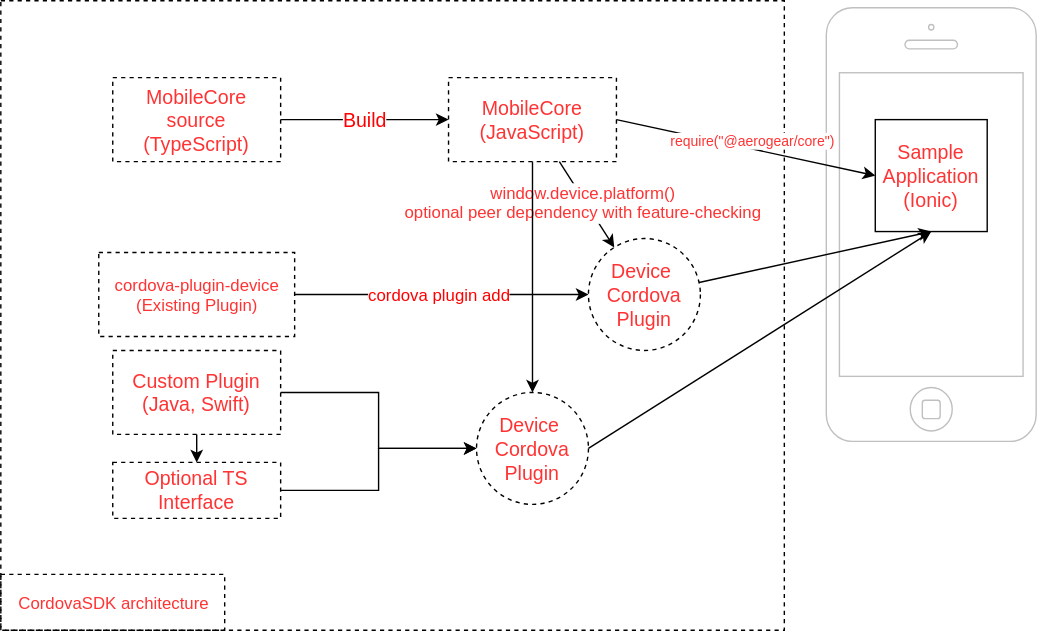
This is sdks/js-sdk/img/diagram.svg from david-martin/proposals, a draw.io export, as it was before one commit. Source tidied: cells renumbered, new cells last; positions are measured from the earlier drawing's top-left corner, leaving out a move shared by most shapes.
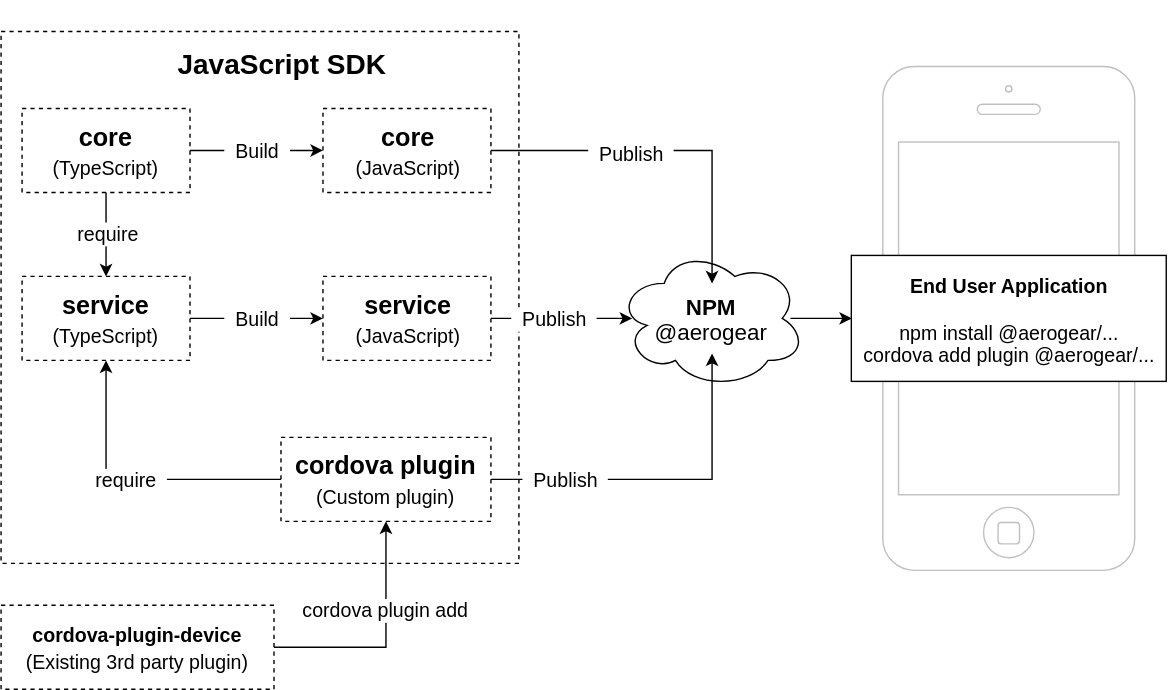
After the change.

Commit message:
chagned diagram

What changed in the source:
```diff
@@ -2,76 +2,89 @@
   <root>
     <mxCell id="0" />
     <mxCell id="1" parent="0" />
-    <mxCell id="2" style="rounded=0;whiteSpace=wrap;html=1;glass=0;comic=0;strokeColor=#000000;fillColor=none;gradientColor=#ffffff;fontColor=#FF3333;align=center;" parent="1" vertex="1">
-      <mxGeometry x="615" y="85" width="95" height="80" as="geometry" />
-    </mxCell>
-    <mxCell id="3" style="html=1;verticalLabelPosition=bottom;labelBackgroundColor=#ffffff;verticalAlign=top;shadow=0;dashed=0;strokeWidth=1;shape=mxgraph.ios7.misc.iphone;fillColor=#ffffff;strokeColor=#c0c0c0;rounded=0;glass=0;comic=0;fontColor=#FF3333;align=center;" parent="1" vertex="1">
-      <mxGeometry x="590" y="5" width="150" height="310" as="geometry" />
+    <mxCell id="3" style="html=1;verticalLabelPosition=bottom;labelBackgroundColor=#ffffff;verticalAlign=top;shadow=0;dashed=0;strokeWidth=1;shape=mxgraph.ios7.misc.iphone;fillColor=#ffffff;strokeColor=#c0c0c0;rounded=0;glass=0;comic=0;fontColor=#000000;align=center;" parent="1" vertex="1">
+      <mxGeometry x="590" y="15" width="180" height="360" as="geometry" />
     </mxCell>
+    <mxCell id="25" style="group;" parent="1" vertex="1">
+      <mxGeometry x="400" y="145" width="135" height="100" as="geometry" />
+    </mxCell>
+    <mxCell id="26" style="ellipse;shape=cloud;whiteSpace=wrap;html=1;fontColor=#000000;" parent="25" vertex="1">
+      <mxGeometry width="135" height="100" as="geometry" />
+    </mxCell>
+    <mxCell id="27" value="&lt;p style=&quot;line-height: 110% ; font-size: 16px&quot;&gt;&lt;span&gt;&lt;b&gt;NPM&lt;/b&gt;&lt;br&gt;&lt;/span&gt;@aerogear&lt;/p&gt;" style="rounded=0;whiteSpace=wrap;html=1;glass=0;dashed=1;comic=0;strokeColor=none;fillColor=none;gradientColor=#ffffff;fontColor=#000000;align=center;fontSize=20;" parent="25" vertex="1">
+      <mxGeometry x="11.2" y="25" width="112.5" height="50" as="geometry" />
+    </mxCell>
-    <mxCell id="4" style="rounded=0;whiteSpace=wrap;html=1;glass=0;dashed=1;comic=0;strokeColor=#000000;fillColor=none;gradientColor=#ffffff;fontColor=#FF3333;align=center;fontSize=14;" parent="1" vertex="1">
-      <mxGeometry width="560" height="450" as="geometry" />
+    <mxCell id="4" style="rounded=0;whiteSpace=wrap;html=1;glass=0;dashed=1;comic=0;strokeColor=#000000;fillColor=none;gradientColor=#ffffff;fontColor=#000000;align=center;fontSize=14;" parent="1" vertex="1">
+      <mxGeometry x="-40" y="-10" width="370" height="380" as="geometry" />
     </mxCell>
+    <mxCell id="28" style="edgeStyle=orthogonalEdgeStyle;rounded=0;html=1;exitX=1;exitY=0.5;entryX=0.5;entryY=0;jettySize=auto;fontColor=#000000;" parent="1" edge="1" source="5" target="27">
+      <mxGeometry relative="1" as="geometry" />
+    </mxCell>
+    <mxCell id="29" value="&lt;font style=&quot;font-size: 14px&quot;&gt;&amp;nbsp; Publish&amp;nbsp;&amp;nbsp;&lt;/font&gt;" style="text;html=1;align=center;verticalAlign=middle;labelBackgroundColor=#ffffff;fontColor=#000000;" parent="28" vertex="1">
+      <mxGeometry x="-0.21" y="-1" relative="1" as="geometry" />
+    </mxCell>
-    <mxCell id="5" value="MobileCore (JavaScript)" style="rounded=0;whiteSpace=wrap;html=1;glass=0;dashed=1;comic=0;strokeColor=#000000;fillColor=none;gradientColor=#ffffff;fontColor=#FF3333;align=center;fontSize=14;" parent="1" vertex="1">
-      <mxGeometry x="320" y="55" width="120" height="60" as="geometry" />
+    <mxCell id="5" value="&lt;font&gt;&lt;font&gt;&lt;font style=&quot;font-size: 18px&quot;&gt;&lt;b&gt;core&lt;/b&gt;&lt;/font&gt;&lt;br&gt;&lt;/font&gt;&lt;font style=&quot;font-size: 14px&quot;&gt;(JavaScript)&lt;/font&gt;&lt;/font&gt;" style="rounded=0;whiteSpace=wrap;html=1;glass=0;dashed=1;comic=0;strokeColor=#000000;fillColor=none;gradientColor=#ffffff;fontColor=#000000;align=center;fontSize=16;" parent="1" vertex="1">
+      <mxGeometry x="190" y="45" width="120" height="60" as="geometry" />
     </mxCell>
-    <mxCell id="6" value="&lt;font style=&quot;font-size: 10px;&quot;&gt;require(&quot;@aerogear/core&quot;)&lt;/font&gt;" style="edgeStyle=none;rounded=0;html=1;exitX=1;exitY=0.5;startArrow=none;startFill=0;endArrow=classic;endFill=1;jettySize=auto;fontColor=#FF3333;entryX=0;entryY=0.5;fontSize=10;" parent="1" edge="1" source="5" target="12">
-      <mxGeometry x="0.07" y="6" relative="1" as="geometry" />
-    </mxCell>
-    <mxCell id="7" value="Device&amp;nbsp; Cordova Plugin" style="ellipse;whiteSpace=wrap;html=1;rounded=0;glass=0;dashed=1;comic=0;strokeColor=#000000;fillColor=none;gradientColor=#ffffff;fontColor=#FF3333;align=center;fontSize=14;" parent="1" vertex="1">
-      <mxGeometry x="420" y="170" width="80" height="80" as="geometry" />
-    </mxCell>
-    <mxCell id="8" style="edgeStyle=none;rounded=0;html=1;entryX=0.5;entryY=1;startArrow=none;startFill=0;endArrow=classic;endFill=1;jettySize=auto;fontColor=#FF3333;" parent="1" edge="1" source="7" target="12">
-      <mxGeometry x="-0.4" relative="1" as="geometry" />
-    </mxCell>
-    <mxCell id="9" style="edgeStyle=none;rounded=0;html=1;startArrow=none;startFill=0;endArrow=classic;endFill=1;jettySize=auto;fontColor=#FF3333;" parent="1" edge="1" source="5" target="7">
-      <mxGeometry relative="1" as="geometry" />
-    </mxCell>
-    <mxCell id="10" value="window.&lt;span style=&quot;font-size: 12px;&quot;&gt;device&lt;/span&gt;&lt;span style=&quot;font-size: 12px;&quot;&gt;.platform()&lt;br style=&quot;font-size: 12px;&quot;&gt;optional peer dependency with feature-checking&lt;br style=&quot;font-size: 12px;&quot;&gt;&lt;/span&gt;" style="text;html=1;align=center;verticalAlign=middle;labelBackgroundColor=#ffffff;fontColor=#FF3333;fontSize=12;" parent="9" vertex="1">
-      <mxGeometry x="0.04" y="-2" relative="1" as="geometry">
-        <mxPoint x="2" y="-4" as="offset" />
-      </mxGeometry>
-    </mxCell>
-    <mxCell id="11" value="CordovaSDK architecture" style="rounded=0;whiteSpace=wrap;html=1;glass=0;dashed=1;comic=0;strokeColor=#000000;fillColor=none;gradientColor=#ffffff;fontColor=#FF3333;align=center;" parent="1" vertex="1">
-      <mxGeometry y="410" width="160" height="40" as="geometry" />
+    <mxCell id="11" value="&lt;h2&gt;&lt;font style=&quot;font-size: 20px&quot;&gt;JavaScript SDK&lt;/font&gt;&lt;/h2&gt;" style="rounded=0;whiteSpace=wrap;html=1;glass=0;dashed=1;comic=0;strokeColor=none;fillColor=none;gradientColor=#ffffff;fontColor=#000000;align=center;fontSize=20;" parent="1" vertex="1">
+      <mxGeometry x="-40" y="-10" width="400" height="40" as="geometry" />
     </mxCell>
-    <mxCell id="12" value="&lt;span&gt;Sample Application&lt;/span&gt;&lt;br&gt;&lt;span&gt;(Ionic)&lt;/span&gt;" style="whiteSpace=wrap;html=1;rounded=0;glass=0;comic=0;strokeColor=#000000;fillColor=none;gradientColor=#ffffff;fontSize=14;fontColor=#FF3333;align=center;" parent="1" vertex="1">
-      <mxGeometry x="625" y="85" width="80" height="80" as="geometry" />
-    </mxCell>
-    <mxCell id="13" value="Build" style="edgeStyle=orthogonalEdgeStyle;rounded=0;html=1;jettySize=auto;fontColor=#FF0000;fontSize=14;" parent="1" edge="1" source="14" target="5">
+    <mxCell id="13" value="&lt;font&gt;&amp;nbsp; Build&amp;nbsp;&amp;nbsp;&lt;/font&gt;" style="edgeStyle=orthogonalEdgeStyle;rounded=0;html=1;jettySize=auto;fontColor=#000000;fontSize=14;" parent="1" edge="1" source="14" target="5">
       <mxGeometry relative="1" as="geometry" />
     </mxCell>
+    <mxCell id="30" style="edgeStyle=orthogonalEdgeStyle;rounded=0;html=1;exitX=0.5;exitY=1;entryX=0.5;entryY=0;jettySize=auto;fontColor=#000000;" parent="1" edge="1" source="14" target="39">
+      <mxGeometry relative="1" as="geometry" />
+    </mxCell>
+    <mxCell id="31" value="&lt;font style=&quot;font-size: 14px&quot;&gt;require&lt;/font&gt;" style="text;html=1;align=center;verticalAlign=middle;labelBackgroundColor=#ffffff;fontColor=#000000;" parent="30" vertex="1">
+      <mxGeometry x="-0.07" y="1" relative="1" as="geometry" />
+    </mxCell>
-    <mxCell id="14" value="MobileCore source (TypeScript)" style="rounded=0;whiteSpace=wrap;html=1;glass=0;dashed=1;comic=0;strokeColor=#000000;fillColor=none;gradientColor=#ffffff;fontColor=#FF3333;align=center;fontSize=14;" parent="1" vertex="1">
-      <mxGeometry x="80" y="55" width="120" height="60" as="geometry" />
+    <mxCell id="14" value="&lt;font&gt;&lt;font style=&quot;font-size: 18px&quot;&gt;&lt;b&gt;core&lt;br&gt;&lt;/b&gt;&lt;/font&gt;&lt;font style=&quot;font-size: 14px&quot;&gt;(TypeScript)&lt;/font&gt;&lt;/font&gt;" style="rounded=0;whiteSpace=wrap;html=1;glass=0;dashed=1;comic=0;strokeColor=#000000;fillColor=none;gradientColor=#ffffff;fontColor=#000000;align=center;fontSize=16;" parent="1" vertex="1">
+      <mxGeometry x="-25" y="45" width="120" height="60" as="geometry" />
     </mxCell>
-    <mxCell id="15" style="edgeStyle=orthogonalEdgeStyle;rounded=0;html=1;exitX=0.5;exitY=1;entryX=0.5;entryY=0;jettySize=auto;fontSize=10;fontColor=#FF0000;" parent="1" edge="1" source="16" target="20">
-      <mxGeometry relative="1" as="geometry" />
-    </mxCell>
-    <mxCell id="16" value="Custom Plugin (Java, Swift)" style="rounded=0;whiteSpace=wrap;html=1;glass=0;dashed=1;comic=0;strokeColor=#000000;fillColor=none;gradientColor=#ffffff;fontColor=#FF3333;align=center;fontSize=14;" parent="1" vertex="1">
-      <mxGeometry x="80" y="250" width="120" height="60" as="geometry" />
-    </mxCell>
-    <mxCell id="17" value="cordova-plugin-device&lt;br style=&quot;font-size: 12px;&quot;&gt;(Existing Plugin)" style="rounded=0;whiteSpace=wrap;html=1;glass=0;dashed=1;comic=0;strokeColor=#000000;fillColor=none;gradientColor=#ffffff;fontColor=#FF3333;align=center;fontSize=12;" parent="1" vertex="1">
-      <mxGeometry x="70" y="180" width="140" height="60" as="geometry" />
-    </mxCell>
+    <mxCell id="32" value="&lt;font style=&quot;font-size: 14px&quot;&gt;&amp;nbsp; Publish&amp;nbsp;&amp;nbsp;&lt;/font&gt;" style="edgeStyle=orthogonalEdgeStyle;rounded=0;html=1;exitX=1;exitY=0.5;jettySize=auto;fontColor=#000000;entryX=0.5;entryY=1;" parent="1" edge="1" source="35" target="27">
+      <mxGeometry x="-0.57" relative="1" as="geometry">
+        <Array as="points">
+          <mxPoint x="468" y="310" />
+        </Array>
+      </mxGeometry>
+    </mxCell>
+    <mxCell id="33" style="edgeStyle=orthogonalEdgeStyle;rounded=0;html=1;exitX=0;exitY=0.5;entryX=0.5;entryY=1;jettySize=auto;fontColor=#000000;" parent="1" edge="1" source="35" target="39">
+      <mxGeometry relative="1" as="geometry" />
+    </mxCell>
+    <mxCell id="34" value="&lt;font style=&quot;font-size: 14px&quot;&gt;&amp;nbsp; require&amp;nbsp;&amp;nbsp;&lt;/font&gt;" style="text;html=1;align=center;verticalAlign=middle;labelBackgroundColor=#ffffff;fontColor=#000000;" parent="33" vertex="1">
+      <mxGeometry x="0.06" y="-1" relative="1" as="geometry" />
+    </mxCell>
+    <mxCell id="35" value="&lt;font&gt;&lt;font style=&quot;font-size: 18px&quot;&gt;&lt;b&gt;cordova plugin&lt;br&gt;&lt;/b&gt;&lt;/font&gt;&lt;font style=&quot;font-size: 14px&quot;&gt;(Custom plugin)&lt;/font&gt;&lt;/font&gt;" style="rounded=0;whiteSpace=wrap;html=1;glass=0;dashed=1;comic=0;strokeColor=#000000;fillColor=none;gradientColor=#ffffff;fontColor=#000000;align=center;fontSize=16;" parent="1" vertex="1">
+      <mxGeometry x="160" y="280" width="150" height="60" as="geometry" />
+    </mxCell>
+    <mxCell id="36" value="&lt;font style=&quot;font-size: 14px&quot;&gt;&amp;nbsp; Publish&amp;nbsp;&amp;nbsp;&lt;/font&gt;" style="edgeStyle=orthogonalEdgeStyle;rounded=0;html=1;exitX=1;exitY=0.5;jettySize=auto;fontColor=#000000;entryX=0;entryY=0.5;" parent="1" edge="1" source="37" target="27">
+      <mxGeometry x="-0.11" relative="1" as="geometry" />
+    </mxCell>
+    <mxCell id="37" value="&lt;font&gt;&lt;font style=&quot;font-size: 18px&quot;&gt;&lt;b&gt;service&lt;br&gt;&lt;/b&gt;&lt;/font&gt;&lt;font style=&quot;font-size: 14px&quot;&gt;(JavaScript)&lt;/font&gt;&lt;/font&gt;" style="rounded=0;whiteSpace=wrap;html=1;glass=0;dashed=1;comic=0;strokeColor=#000000;fillColor=none;gradientColor=#ffffff;fontColor=#000000;align=center;fontSize=16;" parent="1" vertex="1">
+      <mxGeometry x="190" y="165" width="120" height="60" as="geometry" />
+    </mxCell>
+    <mxCell id="38" value="&lt;font&gt;&amp;nbsp; Build&amp;nbsp;&amp;nbsp;&lt;/font&gt;" style="edgeStyle=orthogonalEdgeStyle;rounded=0;html=1;jettySize=auto;fontColor=#000000;fontSize=14;" parent="1" edge="1" source="39" target="37">
+      <mxGeometry relative="1" as="geometry" />
+    </mxCell>
+    <mxCell id="39" value="&lt;font&gt;&lt;font style=&quot;font-size: 18px&quot;&gt;&lt;b&gt;service&lt;br&gt;&lt;/b&gt;&lt;/font&gt;&lt;font style=&quot;font-size: 14px&quot;&gt;(TypeScript)&lt;/font&gt;&lt;/font&gt;" style="rounded=0;whiteSpace=wrap;html=1;glass=0;dashed=1;comic=0;strokeColor=#000000;fillColor=none;gradientColor=#ffffff;fontColor=#000000;align=center;fontSize=16;" parent="1" vertex="1">
+      <mxGeometry x="-25" y="165" width="120" height="60" as="geometry" />
+    </mxCell>
-    <mxCell id="18" value="cordova plugin add" style="edgeStyle=orthogonalEdgeStyle;rounded=0;html=1;jettySize=auto;fontColor=#FF0000;fontSize=12;entryX=0;entryY=0.5;exitX=1;exitY=0.5;" parent="1" edge="1" source="17" target="7">
-      <mxGeometry relative="1" as="geometry" />
+    <mxCell id="18" value="&lt;font style=&quot;font-size: 14px&quot;&gt;&amp;nbsp; cordova plugin add&amp;nbsp;&amp;nbsp;&lt;/font&gt;" style="edgeStyle=orthogonalEdgeStyle;rounded=0;html=1;exitX=1;exitY=0.5;jettySize=auto;fontColor=#000000;entryX=0.5;entryY=1;" parent="1" edge="1" source="40" target="35">
+      <mxGeometry x="0.03" y="20" relative="1" as="geometry">
+        <Array as="points">
+          <mxPoint x="235" y="430" />
+        </Array>
+        <mxPoint x="20" y="-20" as="offset" />
+      </mxGeometry>
     </mxCell>
-    <mxCell id="19" style="edgeStyle=orthogonalEdgeStyle;rounded=0;html=1;exitX=1;exitY=0.5;entryX=0;entryY=0.5;jettySize=auto;fontSize=12;fontColor=#FF0000;" parent="1" edge="1" source="20" target="21">
-      <mxGeometry relative="1" as="geometry" />
-    </mxCell>
-    <mxCell id="20" value="Optional TS Interface" style="rounded=0;whiteSpace=wrap;html=1;glass=0;dashed=1;comic=0;strokeColor=#000000;fillColor=none;gradientColor=#ffffff;fontColor=#FF3333;align=center;fontSize=14;" parent="1" vertex="1">
-      <mxGeometry x="80" y="330" width="120" height="40" as="geometry" />
-    </mxCell>
-    <mxCell id="21" value="Device&amp;nbsp; Cordova Plugin" style="ellipse;whiteSpace=wrap;html=1;rounded=0;glass=0;dashed=1;comic=0;strokeColor=#000000;fillColor=none;gradientColor=#ffffff;fontColor=#FF3333;align=center;fontSize=14;" parent="1" vertex="1">
-      <mxGeometry x="340" y="280" width="80" height="80" as="geometry" />
-    </mxCell>
-    <mxCell id="22" style="edgeStyle=orthogonalEdgeStyle;rounded=0;html=1;jettySize=auto;fontColor=#FF0000;fontSize=14;entryX=0;entryY=0.5;exitX=1;exitY=0.5;" parent="1" edge="1" source="16" target="21">
-      <mxGeometry relative="1" as="geometry" />
-    </mxCell>
-    <mxCell id="23" style="edgeStyle=none;rounded=0;html=1;startArrow=none;startFill=0;endArrow=classic;endFill=1;jettySize=auto;fontColor=#FF3333;entryX=0.5;entryY=0;exitX=0.5;exitY=1;" parent="1" edge="1" source="5" target="21">
-      <mxGeometry relative="1" as="geometry" />
-    </mxCell>
-    <mxCell id="24" style="edgeStyle=none;rounded=0;html=1;entryX=0.5;entryY=1;startArrow=none;startFill=0;endArrow=classic;endFill=1;jettySize=auto;fontColor=#FF3333;exitX=1;exitY=0.5;" parent="1" edge="1" source="21" target="12">
-      <mxGeometry x="-0.4" relative="1" as="geometry" />
-    </mxCell>
+    <mxCell id="40" value="&lt;font&gt;&lt;font style=&quot;font-size: 14px&quot;&gt;&lt;b&gt;cordova-plugin-device&lt;br&gt;&lt;/b&gt;&lt;/font&gt;&lt;font style=&quot;font-size: 14px&quot;&gt;(Existing 3rd party plugin)&lt;/font&gt;&lt;/font&gt;" style="rounded=0;whiteSpace=wrap;html=1;glass=0;dashed=1;comic=0;strokeColor=#000000;fillColor=none;gradientColor=#ffffff;fontColor=#000000;align=center;fontSize=16;" parent="1" vertex="1">
+      <mxGeometry x="-40" y="400" width="195" height="60" as="geometry" />
+    </mxCell>
+    <mxCell id="41" value="&lt;font style=&quot;font-size: 14px&quot;&gt;&lt;b&gt;End User Application&lt;br&gt;&lt;/b&gt;&lt;font style=&quot;font-size: 14px&quot;&gt;&lt;br&gt;&lt;font style=&quot;font-size: 14px&quot;&gt;npm install @aerogear/...&lt;br&gt;cordova add plugin @aerogear/...&lt;/font&gt;&lt;/font&gt;&lt;/font&gt;&lt;br&gt;" style="rounded=0;whiteSpace=wrap;html=1;fontSize=13;fontColor=#000000;" parent="1" vertex="1">
+      <mxGeometry x="567.5" y="150" width="225" height="90" as="geometry" />
+    </mxCell>
+    <mxCell id="42" style="edgeStyle=orthogonalEdgeStyle;rounded=0;html=1;exitX=1;exitY=0.5;entryX=0;entryY=0.5;jettySize=auto;fontSize=13;fontColor=#000000;" parent="1" edge="1" source="27" target="41">
+      <mxGeometry relative="1" as="geometry" />
+    </mxCell>
   </root>
 </mxGraphModel>
```
